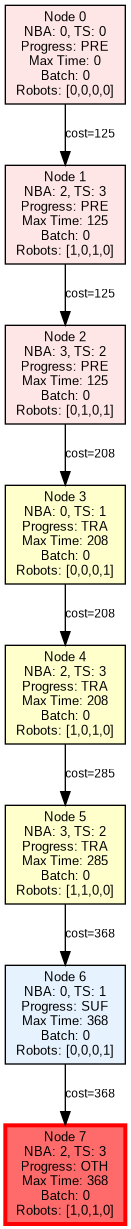
Before: Automatons/planning_decision_tree.png.png, a diagram exported from Graphviz (jrourke48/HMRTA_with_Multi-Capability_Robots). Its source is kept beside it as Automatons/planning_decision_tree.png.dot. Source of this version:
```dot
digraph PlanningTree {
  rankdir=TB;
  node [shape=box, style=filled, fontname=Arial, fontsize=10];
  edge [fontname=Arial, fontsize=9];

  node_0 [label="Node 0\nNBA: 0, TS: 0\nProgress: PRE\nMax Time: 0\nBatch: 0\nRobots: [0,0,0,0]", fillcolor="#FFE6E6"];
  node_1 [label="Node 1\nNBA: 2, TS: 3\nProgress: PRE\nMax Time: 125\nBatch: 0\nRobots: [1,0,1,0]", fillcolor="#FFE6E6"];
  node_2 [label="Node 2\nNBA: 3, TS: 2\nProgress: PRE\nMax Time: 125\nBatch: 0\nRobots: [0,1,0,1]", fillcolor="#FFE6E6"];
  node_3 [label="Node 3\nNBA: 0, TS: 1\nProgress: TRA\nMax Time: 208\nBatch: 0\nRobots: [0,0,0,1]", fillcolor="#FFFFCC"];
  node_4 [label="Node 4\nNBA: 2, TS: 3\nProgress: TRA\nMax Time: 208\nBatch: 0\nRobots: [1,0,1,0]", fillcolor="#FFFFCC"];
  node_5 [label="Node 5\nNBA: 3, TS: 2\nProgress: TRA\nMax Time: 285\nBatch: 0\nRobots: [1,1,0,0]", fillcolor="#FFFFCC"];
  node_6 [label="Node 6\nNBA: 0, TS: 1\nProgress: SUF\nMax Time: 368\nBatch: 0\nRobots: [0,0,0,1]", fillcolor="#E6F3FF"];
  node_7 [label="Node 7\nNBA: 2, TS: 3\nProgress: OTH\nMax Time: 368\nBatch: 0\nRobots: [1,0,1,0]", fillcolor="#FF6B6B", penwidth=3, color=red];

  node_0 -> node_1 [label="cost=125"];
  node_1 -> node_2 [label="cost=125"];
  node_2 -> node_3 [label="cost=208"];
  node_3 -> node_4 [label="cost=208"];
  node_4 -> node_5 [label="cost=285"];
  node_5 -> node_6 [label="cost=368"];
  node_6 -> node_7 [label="cost=368"];
}
```
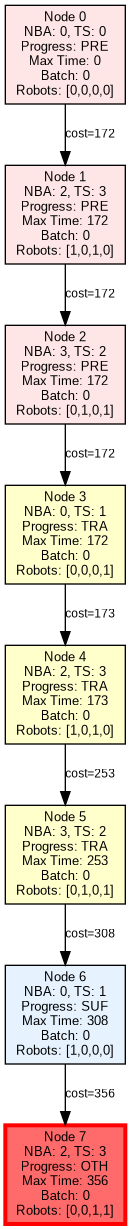
After the commit.

What changed in the source:
```diff
@@ -4,19 +4,19 @@
   edge [fontname=Arial, fontsize=9];
 
   node_0 [label="Node 0\nNBA: 0, TS: 0\nProgress: PRE\nMax Time: 0\nBatch: 0\nRobots: [0,0,0,0]", fillcolor="#FFE6E6"];
-  node_1 [label="Node 1\nNBA: 2, TS: 3\nProgress: PRE\nMax Time: 125\nBatch: 0\nRobots: [1,0,1,0]", fillcolor="#FFE6E6"];
-  node_2 [label="Node 2\nNBA: 3, TS: 2\nProgress: PRE\nMax Time: 125\nBatch: 0\nRobots: [0,1,0,1]", fillcolor="#FFE6E6"];
-  node_3 [label="Node 3\nNBA: 0, TS: 1\nProgress: TRA\nMax Time: 208\nBatch: 0\nRobots: [0,0,0,1]", fillcolor="#FFFFCC"];
-  node_4 [label="Node 4\nNBA: 2, TS: 3\nProgress: TRA\nMax Time: 208\nBatch: 0\nRobots: [1,0,1,0]", fillcolor="#FFFFCC"];
-  node_5 [label="Node 5\nNBA: 3, TS: 2\nProgress: TRA\nMax Time: 285\nBatch: 0\nRobots: [1,1,0,0]", fillcolor="#FFFFCC"];
-  node_6 [label="Node 6\nNBA: 0, TS: 1\nProgress: SUF\nMax Time: 368\nBatch: 0\nRobots: [0,0,0,1]", fillcolor="#E6F3FF"];
-  node_7 [label="Node 7\nNBA: 2, TS: 3\nProgress: OTH\nMax Time: 368\nBatch: 0\nRobots: [1,0,1,0]", fillcolor="#FF6B6B", penwidth=3, color=red];
+  node_1 [label="Node 1\nNBA: 2, TS: 3\nProgress: PRE\nMax Time: 172\nBatch: 0\nRobots: [1,0,1,0]", fillcolor="#FFE6E6"];
+  node_2 [label="Node 2\nNBA: 3, TS: 2\nProgress: PRE\nMax Time: 172\nBatch: 0\nRobots: [0,1,0,1]", fillcolor="#FFE6E6"];
+  node_3 [label="Node 3\nNBA: 0, TS: 1\nProgress: TRA\nMax Time: 172\nBatch: 0\nRobots: [0,0,0,1]", fillcolor="#FFFFCC"];
+  node_4 [label="Node 4\nNBA: 2, TS: 3\nProgress: TRA\nMax Time: 173\nBatch: 0\nRobots: [1,0,1,0]", fillcolor="#FFFFCC"];
+  node_5 [label="Node 5\nNBA: 3, TS: 2\nProgress: TRA\nMax Time: 253\nBatch: 0\nRobots: [0,1,0,1]", fillcolor="#FFFFCC"];
+  node_6 [label="Node 6\nNBA: 0, TS: 1\nProgress: SUF\nMax Time: 308\nBatch: 0\nRobots: [1,0,0,0]", fillcolor="#E6F3FF"];
+  node_7 [label="Node 7\nNBA: 2, TS: 3\nProgress: OTH\nMax Time: 356\nBatch: 0\nRobots: [0,0,1,1]", fillcolor="#FF6B6B", penwidth=3, color=red];
 
-  node_0 -> node_1 [label="cost=125"];
-  node_1 -> node_2 [label="cost=125"];
-  node_2 -> node_3 [label="cost=208"];
-  node_3 -> node_4 [label="cost=208"];
-  node_4 -> node_5 [label="cost=285"];
-  node_5 -> node_6 [label="cost=368"];
-  node_6 -> node_7 [label="cost=368"];
+  node_0 -> node_1 [label="cost=172"];
+  node_1 -> node_2 [label="cost=172"];
+  node_2 -> node_3 [label="cost=172"];
+  node_3 -> node_4 [label="cost=173"];
+  node_4 -> node_5 [label="cost=253"];
+  node_5 -> node_6 [label="cost=308"];
+  node_6 -> node_7 [label="cost=356"];
 }
```
